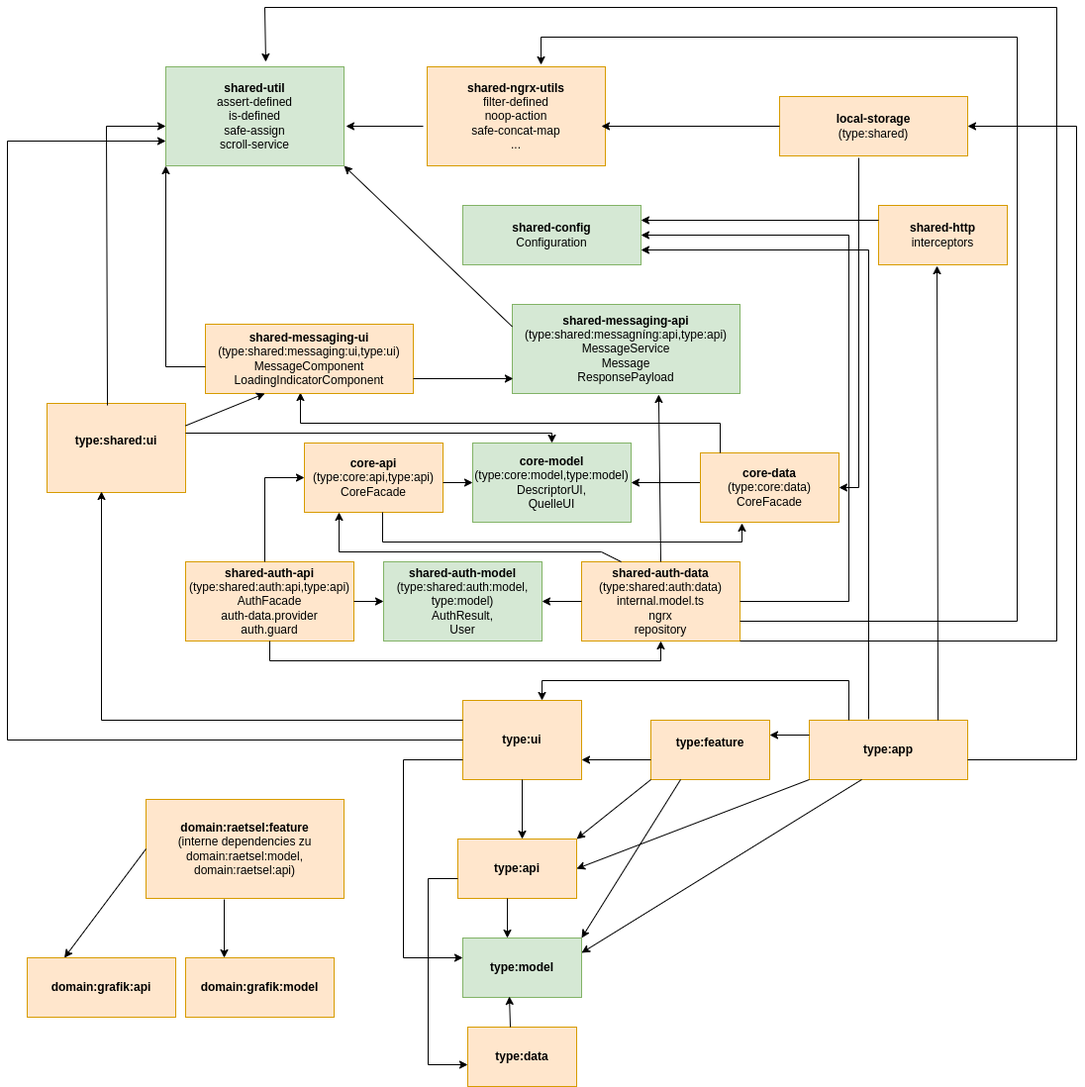
The draw.io diagram frontend/documentation/dependency-rules.png in heike2718/mathe-jung-alt, before a commit. Source tidied: cells renumbered, new cells last; positions are measured from the earlier drawing's top-left corner, leaving out a move shared by most shapes.
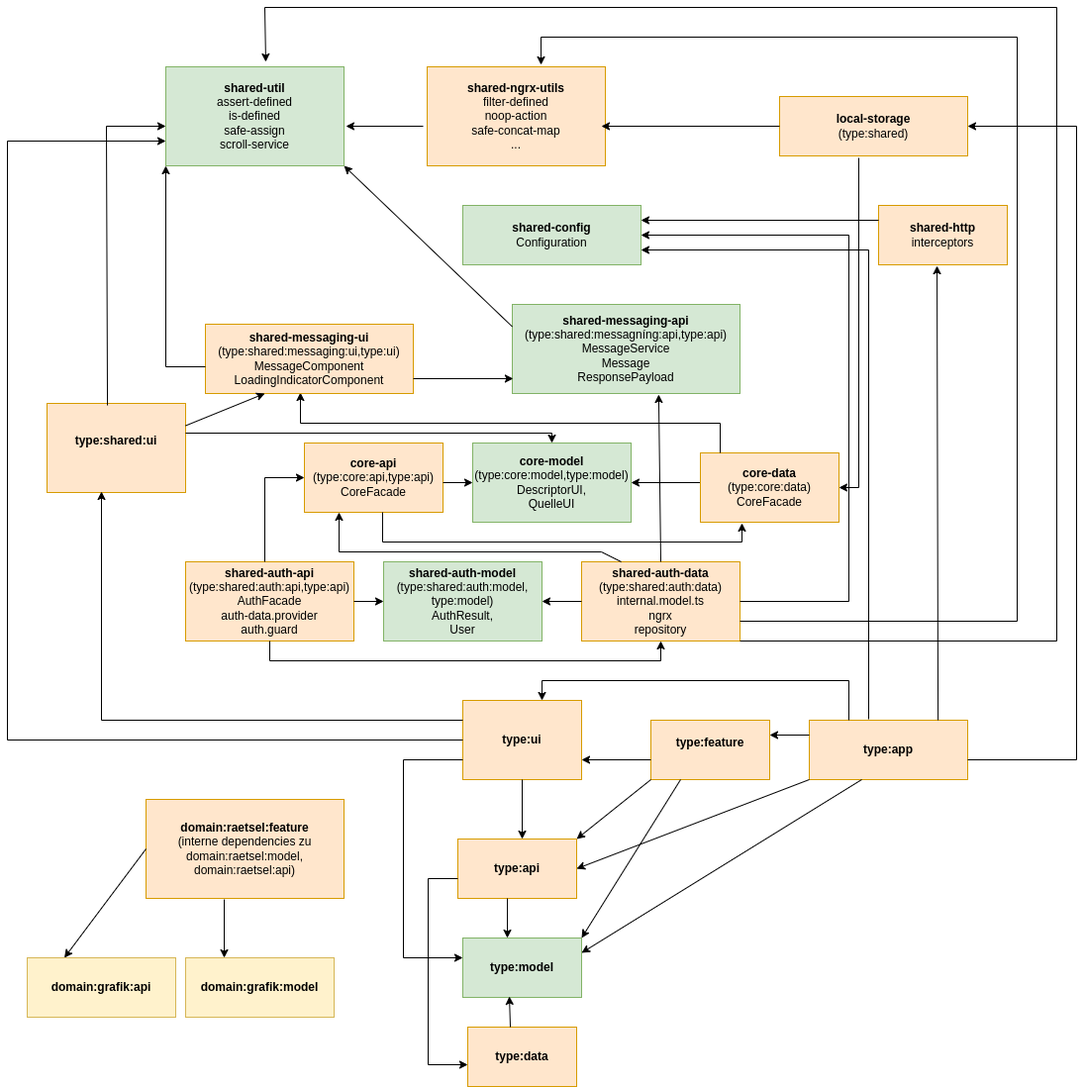
After the commit.

Diff of the diagram source:
```diff
@@ -302,10 +302,10 @@
     <mxCell id="62" value="&lt;b&gt;domain:raetsel:feature&lt;/b&gt;&lt;br&gt;(interne dependencies zu domain:raetsel:model,&lt;br&gt;domain:raetsel:api)" style="rounded=0;whiteSpace=wrap;html=1;fillColor=#ffe6cc;strokeColor=#d79b00;" parent="1" vertex="1">
       <mxGeometry x="140" y="800" width="200" height="100" as="geometry" />
     </mxCell>
-    <mxCell id="63" value="&lt;b&gt;domain:grafik:api&lt;/b&gt;" style="rounded=0;whiteSpace=wrap;html=1;fillColor=#ffe6cc;strokeColor=#d79b00;" parent="1" vertex="1">
+    <mxCell id="63" value="&lt;b&gt;domain:grafik:api&lt;/b&gt;" style="rounded=0;whiteSpace=wrap;html=1;fillColor=#fff2cc;strokeColor=#d6b656;" parent="1" vertex="1">
       <mxGeometry x="20" y="960" width="150" height="60" as="geometry" />
     </mxCell>
-    <mxCell id="64" value="&lt;b&gt;domain:grafik:model&lt;/b&gt;" style="rounded=0;whiteSpace=wrap;html=1;fillColor=#ffe6cc;strokeColor=#d79b00;" parent="1" vertex="1">
+    <mxCell id="64" value="&lt;b&gt;domain:grafik:model&lt;/b&gt;" style="rounded=0;whiteSpace=wrap;html=1;fillColor=#fff2cc;strokeColor=#d6b656;" parent="1" vertex="1">
       <mxGeometry x="180" y="960" width="150" height="60" as="geometry" />
     </mxCell>
     <mxCell id="65" style="endArrow=classic;html=1;rounded=0;exitX=0;exitY=0.5;exitDx=0;exitDy=0;entryX=0.25;entryY=0;entryDx=0;entryDy=0;" parent="1" edge="1" source="62" target="63">
```
